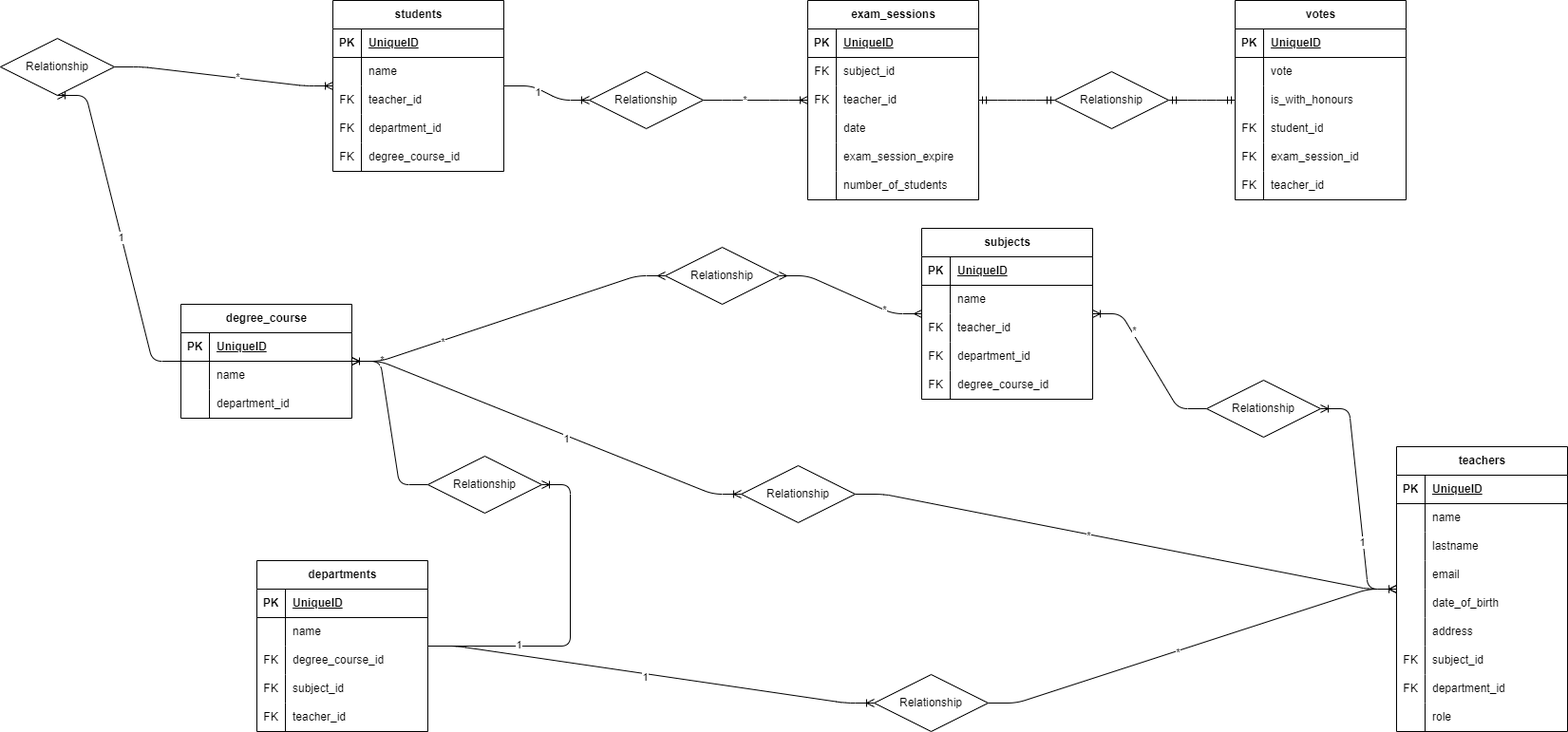
Before: diagrams/diagram.png, a diagram exported from draw.io (antonella1986/db-university). Source tidied: cells renumbered, new cells last; positions are measured from the earlier drawing's top-left corner, leaving out a move shared by most shapes.
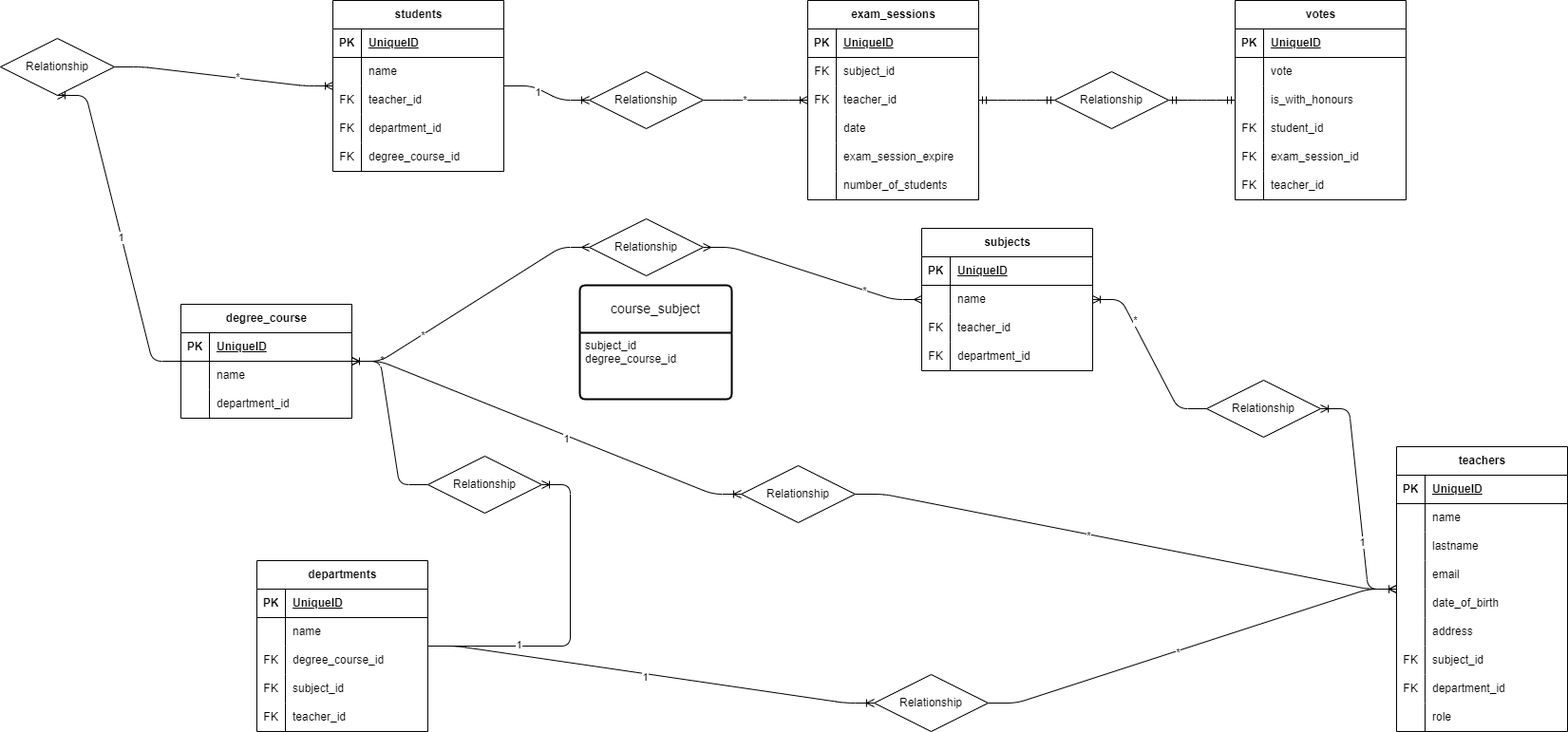
The same diagram one commit later.

Diff of the diagram source:
```diff
@@ -249,7 +249,7 @@
       <mxGeometry x="30" width="150" height="30" as="geometry" />
     </mxCell>
     <mxCell id="84" value="subjects" style="shape=table;startSize=30;rowLines=0;fontStyle=1;align=center;html=1;" parent="1" vertex="1">
-      <mxGeometry x="970" y="240" width="180" height="180" as="geometry" />
+      <mxGeometry x="970" y="240" width="180" height="150" as="geometry" />
     </mxCell>
     <mxCell id="85" style="shape=tableRow;horizontal=0;startSize=0;swimlaneHead=0;swimlaneBody=0;fillColor=none;top=0;left=0;right=0;bottom=1;" parent="84" vertex="1">
       <mxGeometry y="30" width="180" height="30" as="geometry" />
@@ -287,15 +287,6 @@
     <mxCell id="96" value="department_id" style="shape=partialRectangle;fillColor=none;top=0;left=0;bottom=0;right=0;align=left;spacingLeft=6;overflow=hidden;whiteSpace=wrap;html=1;" parent="94" vertex="1">
       <mxGeometry x="30" width="150" height="30" as="geometry" />
     </mxCell>
-    <mxCell id="97" style="shape=tableRow;horizontal=0;startSize=0;swimlaneHead=0;swimlaneBody=0;fillColor=none;top=0;left=0;right=0;bottom=0;" parent="84" vertex="1">
-      <mxGeometry y="150" width="180" height="30" as="geometry" />
-    </mxCell>
-    <mxCell id="98" value="FK" style="shape=partialRectangle;fillColor=none;top=0;left=0;bottom=0;right=0;overflow=hidden;whiteSpace=wrap;html=1;" parent="97" vertex="1">
-      <mxGeometry width="30" height="30" as="geometry" />
-    </mxCell>
-    <mxCell id="99" value="degree_course_id" style="shape=partialRectangle;fillColor=none;top=0;left=0;bottom=0;right=0;align=left;spacingLeft=6;overflow=hidden;whiteSpace=wrap;html=1;" parent="97" vertex="1">
-      <mxGeometry x="30" width="150" height="30" as="geometry" />
-    </mxCell>
     <mxCell id="100" value="degree_course" style="shape=table;startSize=30;rowLines=0;fontStyle=1;align=center;html=1;" parent="1" vertex="1">
       <mxGeometry x="190" y="320" width="180" height="120" as="geometry" />
     </mxCell>
@@ -447,7 +438,7 @@
       <mxGeometry x="-0.43" y="-1" relative="1" as="geometry" />
     </mxCell>
     <mxCell id="148" value="Relationship" style="shape=rhombus;perimeter=rhombusPerimeter;whiteSpace=wrap;html=1;align=center;" parent="1" vertex="1">
-      <mxGeometry x="700" y="260" width="120" height="60" as="geometry" />
+      <mxGeometry x="620" y="230" width="120" height="60" as="geometry" />
     </mxCell>
     <mxCell id="149" style="edgeStyle=entityRelationEdgeStyle;fontSize=12;html=1;endArrow=ERoneToMany;" parent="1" edge="1" source="153" target="56">
       <mxGeometry relative="1" as="geometry" />
@@ -505,5 +496,11 @@
     <mxCell id="163" value="Relationship" style="shape=rhombus;perimeter=rhombusPerimeter;whiteSpace=wrap;html=1;align=center;" parent="1" vertex="1">
       <mxGeometry x="920" y="710" width="120" height="60" as="geometry" />
     </mxCell>
+    <mxCell id="164" value="course_subject" style="swimlane;horizontal=1;startSize=50;rounded=1;fontSize=14;fontStyle=0;strokeWidth=2;shadow=0;dashed=0;align=center;arcSize=4;whiteSpace=wrap;html=1;" parent="1" vertex="1">
+      <mxGeometry x="610" y="300" width="160" height="120" as="geometry" />
+    </mxCell>
+    <mxCell id="165" value="subject_id&lt;div&gt;degree_course_id&lt;/div&gt;" style="align=left;strokeColor=none;fillColor=none;spacingLeft=4;fontSize=12;verticalAlign=top;html=1;" parent="164" vertex="1">
+      <mxGeometry y="50" width="160" height="70" as="geometry" />
+    </mxCell>
   </root>
 </mxGraphModel>
```
